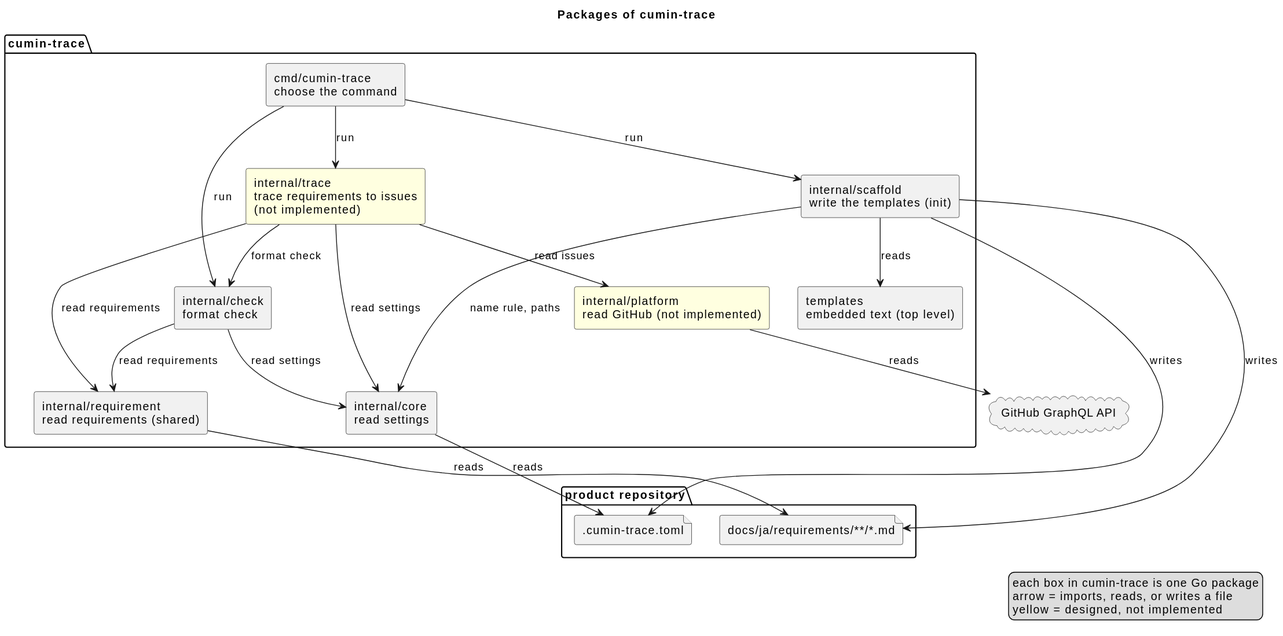
The PlantUML diagram docs/ja/architecture/overview.svg in cloveclovedev/cumin-trace, before a commit. Source of this version:
```plantuml
@startuml
title Packages of cumin-trace
skinparam shadowing false
skinparam componentStyle rectangle

package "product repository" {
  file ".cumin-trace.toml" as toml
  file "docs/ja/requirements/**/*.md" as docs
}

package "cumin-trace" {
  [cmd/cumin-trace\nchoose the command] as cmd
  [internal/check\nformat check] as check
  [internal/requirement\nread requirements (shared)] as requirement
  [internal/core\nread settings] as core
  [internal/scaffold\nwrite the templates (init)] as scaffold
  [templates\nembedded text (top level)] as templates
  [internal/trace\ntrace requirements to issues\n(not implemented)] as trace #LightYellow
  [internal/platform\nread GitHub (not implemented)] as platform #LightYellow
}

cloud "GitHub GraphQL API" as api

cmd --> check : run
cmd --> scaffold : run
cmd --> trace : run
trace --> check : format check
trace --> requirement : read requirements
trace --> core : read settings
trace --> platform : read issues
platform --> api : reads
scaffold --> templates : reads
scaffold --> core : name rule, paths
scaffold --> toml : writes
scaffold --> docs : writes
check --> requirement : read requirements
check --> core : read settings
core --> toml : reads
requirement --> docs : reads

legend right
  each box in cumin-trace is one Go package
  arrow = imports, reads, or writes a file
  yellow = designed, not implemented
endlegend
@enduml
```
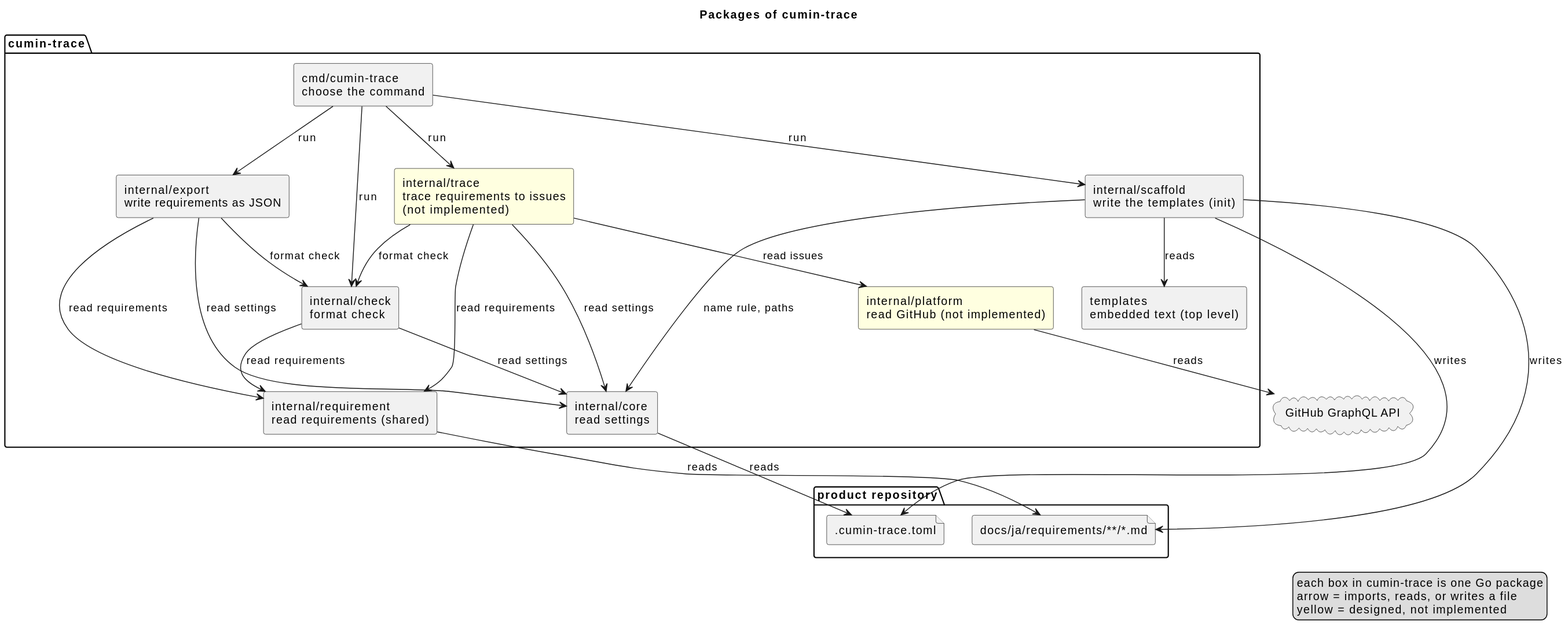
The same file after the commit.

Change to the diagram source:
```diff
@@ -13,6 +13,7 @@
   [internal/check\nformat check] as check
   [internal/requirement\nread requirements (shared)] as requirement
   [internal/core\nread settings] as core
+  [internal/export\nwrite requirements as JSON] as export
   [internal/scaffold\nwrite the templates (init)] as scaffold
   [templates\nembedded text (top level)] as templates
   [internal/trace\ntrace requirements to issues\n(not implemented)] as trace #LightYellow
@@ -22,8 +23,12 @@
 cloud "GitHub GraphQL API" as api
 
 cmd --> check : run
+cmd --> export : run
 cmd --> scaffold : run
 cmd --> trace : run
+export --> check : format check
+export --> requirement : read requirements
+export --> core : read settings
 trace --> check : format check
 trace --> requirement : read requirements
 trace --> core : read settings
```
